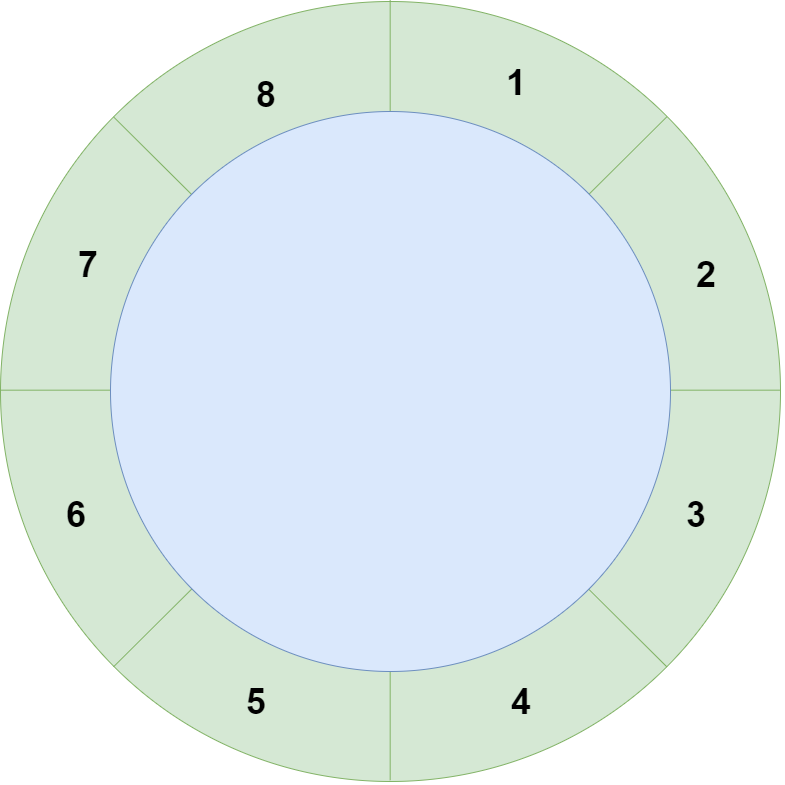
Above: Disruptor/RingBuffer-structure.png in Muggle666/PicGo (draw.io), before the change. Source tidied: cells renumbered, new cells last; positions are measured from the earlier drawing's top-left corner, leaving out a move shared by most shapes.
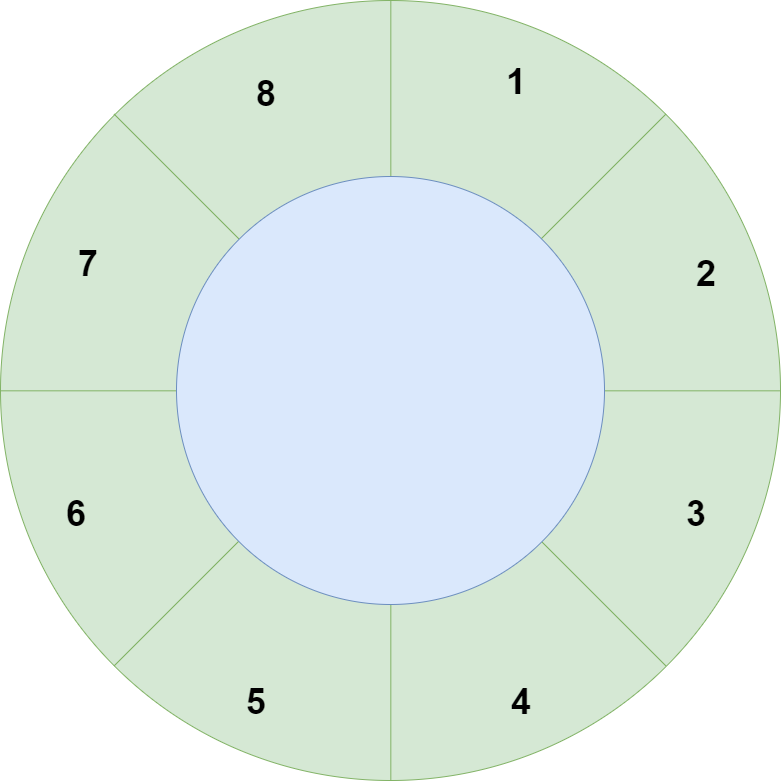
The same diagram one commit later.

Diff of the diagram source:
```diff
@@ -2,46 +2,46 @@
   <root>
     <mxCell id="0" />
     <mxCell id="1" parent="0" />
-    <mxCell id="2" style="ellipse;whiteSpace=wrap;html=1;fontStyle=1;horizontal=1;verticalAlign=middle;fillColor=#d5e8d4;strokeColor=#82b366;" parent="1" vertex="1">
+    <mxCell id="2" style="ellipse;whiteSpace=wrap;html=1;fontStyle=1;horizontal=1;verticalAlign=middle;fillColor=#d5e8d4;strokeColor=#82b366;labelPosition=center;verticalLabelPosition=middle;align=center;labelBackgroundColor=none;" parent="1" vertex="1">
       <mxGeometry width="780" height="780" as="geometry" />
     </mxCell>
-    <mxCell id="3" style="endArrow=none;html=1;exitX=0;exitY=0.5;exitDx=0;exitDy=0;entryX=1;entryY=0.5;entryDx=0;entryDy=0;fontStyle=1;horizontal=1;verticalAlign=middle;fillColor=#d5e8d4;strokeColor=#82b366;" parent="1" edge="1" source="2" target="2">
+    <mxCell id="3" style="endArrow=none;html=1;exitX=0;exitY=0.5;exitDx=0;exitDy=0;entryX=1;entryY=0.5;entryDx=0;entryDy=0;fontStyle=1;horizontal=1;verticalAlign=middle;fillColor=#d5e8d4;strokeColor=#82b366;labelPosition=center;verticalLabelPosition=middle;align=center;labelBackgroundColor=none;" parent="1" edge="1" source="2" target="2">
       <mxGeometry relative="1" as="geometry" />
     </mxCell>
-    <mxCell id="4" style="endArrow=none;html=1;entryX=0;entryY=0;entryDx=0;entryDy=0;exitX=1;exitY=1;exitDx=0;exitDy=0;fontStyle=1;horizontal=1;verticalAlign=middle;fillColor=#d5e8d4;strokeColor=#82b366;" parent="1" edge="1" source="2" target="2">
+    <mxCell id="4" style="endArrow=none;html=1;entryX=0;entryY=0;entryDx=0;entryDy=0;exitX=1;exitY=1;exitDx=0;exitDy=0;fontStyle=1;horizontal=1;verticalAlign=middle;fillColor=#d5e8d4;strokeColor=#82b366;labelPosition=center;verticalLabelPosition=middle;align=center;labelBackgroundColor=none;" parent="1" edge="1" source="2" target="2">
       <mxGeometry relative="1" as="geometry" />
     </mxCell>
-    <mxCell id="5" style="endArrow=none;html=1;entryX=0.5;entryY=0;entryDx=0;entryDy=0;exitX=0.5;exitY=1;exitDx=0;exitDy=0;fontStyle=1;horizontal=1;verticalAlign=middle;fillColor=#d5e8d4;strokeColor=#82b366;" parent="1" edge="1" source="2" target="2">
+    <mxCell id="5" style="endArrow=none;html=1;entryX=0.5;entryY=0;entryDx=0;entryDy=0;exitX=0.5;exitY=1;exitDx=0;exitDy=0;fontStyle=1;horizontal=1;verticalAlign=middle;fillColor=#d5e8d4;strokeColor=#82b366;labelPosition=center;verticalLabelPosition=middle;align=center;labelBackgroundColor=none;" parent="1" edge="1" source="2" target="2">
       <mxGeometry relative="1" as="geometry" />
     </mxCell>
-    <mxCell id="6" style="endArrow=none;html=1;entryX=1;entryY=0;entryDx=0;entryDy=0;exitX=0;exitY=1;exitDx=0;exitDy=0;fontStyle=1;horizontal=1;verticalAlign=middle;fillColor=#d5e8d4;strokeColor=#82b366;" parent="1" edge="1" source="2" target="2">
+    <mxCell id="6" style="endArrow=none;html=1;entryX=1;entryY=0;entryDx=0;entryDy=0;exitX=0;exitY=1;exitDx=0;exitDy=0;fontStyle=1;horizontal=1;verticalAlign=middle;fillColor=#d5e8d4;strokeColor=#82b366;labelPosition=center;verticalLabelPosition=middle;align=center;labelBackgroundColor=none;" parent="1" edge="1" source="2" target="2">
       <mxGeometry relative="1" as="geometry" />
     </mxCell>
-    <mxCell id="7" style="ellipse;whiteSpace=wrap;html=1;fontStyle=1;horizontal=1;verticalAlign=middle;fillColor=#dae8fc;strokeColor=#6c8ebf;" parent="1" vertex="1">
-      <mxGeometry x="110" y="110" width="560" height="560" as="geometry" />
+    <mxCell id="7" style="ellipse;whiteSpace=wrap;html=1;fontStyle=1;horizontal=1;verticalAlign=middle;fillColor=#dae8fc;strokeColor=#6c8ebf;labelPosition=center;verticalLabelPosition=middle;align=center;labelBackgroundColor=none;" parent="1" vertex="1">
+      <mxGeometry x="176" y="176" width="428" height="428" as="geometry" />
     </mxCell>
-    <mxCell id="8" value="&lt;font style=&quot;font-size: 36px&quot;&gt;1&lt;/font&gt;" style="text;html=1;strokeColor=none;fillColor=#d5e8d4;align=center;verticalAlign=middle;whiteSpace=wrap;rounded=0;fontStyle=1;fontSize=18;horizontal=1;gradientColor=none;" parent="1" vertex="1">
+    <mxCell id="8" value="&lt;font style=&quot;font-size: 36px&quot;&gt;1&lt;/font&gt;" style="text;html=1;strokeColor=none;fillColor=#d5e8d4;align=center;verticalAlign=middle;whiteSpace=wrap;rounded=0;fontStyle=1;fontSize=18;horizontal=1;gradientColor=none;labelPosition=center;verticalLabelPosition=middle;labelBackgroundColor=none;" parent="1" vertex="1">
       <mxGeometry x="480" y="50" width="70" height="60" as="geometry" />
     </mxCell>
-    <mxCell id="9" value="&lt;font style=&quot;font-size: 36px&quot;&gt;8&lt;/font&gt;" style="text;html=1;strokeColor=none;fillColor=#d5e8d4;align=center;verticalAlign=middle;whiteSpace=wrap;rounded=0;fontStyle=1;fontSize=18;horizontal=1;gradientColor=none;" parent="1" vertex="1">
+    <mxCell id="9" value="&lt;font style=&quot;font-size: 36px&quot;&gt;8&lt;/font&gt;" style="text;html=1;strokeColor=none;fillColor=#d5e8d4;align=center;verticalAlign=middle;whiteSpace=wrap;rounded=0;fontStyle=1;fontSize=18;horizontal=1;gradientColor=none;labelPosition=center;verticalLabelPosition=middle;labelBackgroundColor=none;" parent="1" vertex="1">
       <mxGeometry x="230" y="62" width="70" height="60" as="geometry" />
     </mxCell>
-    <mxCell id="10" value="&lt;font style=&quot;font-size: 36px&quot;&gt;7&lt;/font&gt;" style="text;html=1;strokeColor=none;fillColor=#d5e8d4;align=center;verticalAlign=middle;whiteSpace=wrap;rounded=0;fontStyle=1;fontSize=18;horizontal=1;gradientColor=none;" parent="1" vertex="1">
+    <mxCell id="10" value="&lt;font style=&quot;font-size: 36px&quot;&gt;7&lt;/font&gt;" style="text;html=1;strokeColor=none;fillColor=#d5e8d4;align=center;verticalAlign=middle;whiteSpace=wrap;rounded=0;fontStyle=1;fontSize=18;horizontal=1;gradientColor=none;labelPosition=center;verticalLabelPosition=middle;labelBackgroundColor=none;" parent="1" vertex="1">
       <mxGeometry x="51.5" y="232" width="70" height="60" as="geometry" />
     </mxCell>
-    <mxCell id="11" value="&lt;font style=&quot;font-size: 36px&quot;&gt;6&lt;/font&gt;" style="text;html=1;strokeColor=none;fillColor=#d5e8d4;align=center;verticalAlign=middle;whiteSpace=wrap;rounded=0;fontStyle=1;fontSize=18;horizontal=1;gradientColor=none;" parent="1" vertex="1">
+    <mxCell id="11" value="&lt;font style=&quot;font-size: 36px&quot;&gt;6&lt;/font&gt;" style="text;html=1;strokeColor=none;fillColor=#d5e8d4;align=center;verticalAlign=middle;whiteSpace=wrap;rounded=0;fontStyle=1;fontSize=18;horizontal=1;gradientColor=none;labelPosition=center;verticalLabelPosition=middle;labelBackgroundColor=none;" parent="1" vertex="1">
       <mxGeometry x="40" y="482" width="70" height="60" as="geometry" />
     </mxCell>
-    <mxCell id="12" value="&lt;font style=&quot;font-size: 36px&quot;&gt;5&lt;/font&gt;" style="text;html=1;strokeColor=none;fillColor=#d5e8d4;align=center;verticalAlign=middle;whiteSpace=wrap;rounded=0;fontStyle=1;fontSize=18;horizontal=1;gradientColor=none;" parent="1" vertex="1">
+    <mxCell id="12" value="&lt;font style=&quot;font-size: 36px&quot;&gt;5&lt;/font&gt;" style="text;html=1;strokeColor=none;fillColor=#d5e8d4;align=center;verticalAlign=middle;whiteSpace=wrap;rounded=0;fontStyle=1;fontSize=18;horizontal=1;gradientColor=none;labelPosition=center;verticalLabelPosition=middle;labelBackgroundColor=none;" parent="1" vertex="1">
       <mxGeometry x="220" y="670" width="70" height="60" as="geometry" />
     </mxCell>
-    <mxCell id="13" value="&lt;font style=&quot;font-size: 36px&quot;&gt;4&lt;/font&gt;" style="text;html=1;strokeColor=none;fillColor=#d5e8d4;align=center;verticalAlign=middle;whiteSpace=wrap;rounded=0;fontStyle=1;fontSize=18;horizontal=1;gradientColor=none;" parent="1" vertex="1">
+    <mxCell id="13" value="&lt;font style=&quot;font-size: 36px&quot;&gt;4&lt;/font&gt;" style="text;html=1;strokeColor=none;fillColor=#d5e8d4;align=center;verticalAlign=middle;whiteSpace=wrap;rounded=0;fontStyle=1;fontSize=18;horizontal=1;gradientColor=none;labelPosition=center;verticalLabelPosition=middle;labelBackgroundColor=none;" parent="1" vertex="1">
       <mxGeometry x="485" y="670" width="70" height="60" as="geometry" />
     </mxCell>
-    <mxCell id="14" value="&lt;font style=&quot;font-size: 36px&quot;&gt;3&lt;/font&gt;" style="text;html=1;strokeColor=none;fillColor=#d5e8d4;align=center;verticalAlign=middle;whiteSpace=wrap;rounded=0;fontStyle=1;fontSize=18;horizontal=1;gradientColor=none;" parent="1" vertex="1">
+    <mxCell id="14" value="&lt;font style=&quot;font-size: 36px&quot;&gt;3&lt;/font&gt;" style="text;html=1;strokeColor=none;fillColor=#d5e8d4;align=center;verticalAlign=middle;whiteSpace=wrap;rounded=0;fontStyle=1;fontSize=18;horizontal=1;gradientColor=none;labelPosition=center;verticalLabelPosition=middle;labelBackgroundColor=none;" parent="1" vertex="1">
       <mxGeometry x="660" y="482" width="70" height="60" as="geometry" />
     </mxCell>
-    <mxCell id="15" value="&lt;font style=&quot;font-size: 36px&quot;&gt;2&lt;/font&gt;" style="text;html=1;strokeColor=none;fillColor=#d5e8d4;align=center;verticalAlign=middle;whiteSpace=wrap;rounded=0;fontStyle=1;fontSize=18;horizontal=1;gradientColor=none;" parent="1" vertex="1">
+    <mxCell id="15" value="&lt;font style=&quot;font-size: 36px&quot;&gt;2&lt;/font&gt;" style="text;html=1;strokeColor=none;fillColor=#d5e8d4;align=center;verticalAlign=middle;whiteSpace=wrap;rounded=0;fontStyle=1;fontSize=18;horizontal=1;gradientColor=none;labelPosition=center;verticalLabelPosition=middle;labelBackgroundColor=none;" parent="1" vertex="1">
       <mxGeometry x="670" y="242" width="70" height="60" as="geometry" />
     </mxCell>
   </root>
```
